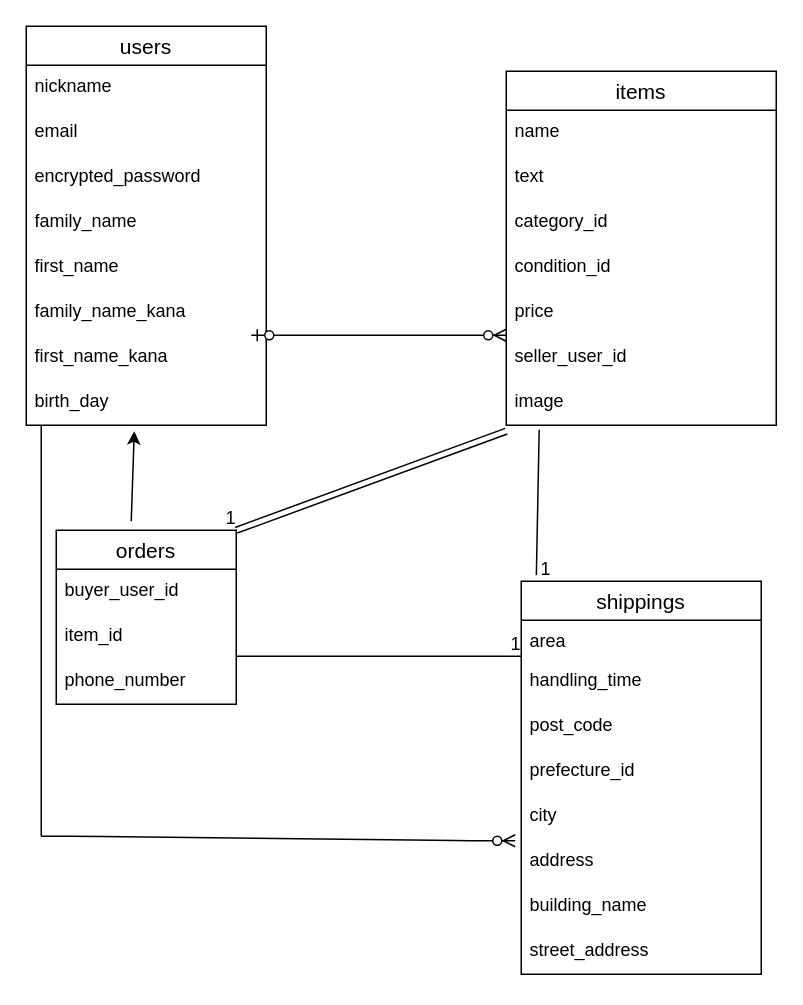
Earlier version of the draw.io diagram furima.dio (aryu-shan/furima-39943). Source tidied: cells renumbered, new cells numbered last; positions are measured from the earlier drawing's top-left corner, leaving out a move shared by most shapes. Both pictures are drawn from the tidied source at 150%, with x=0, y=0 at pixel (26, 26).
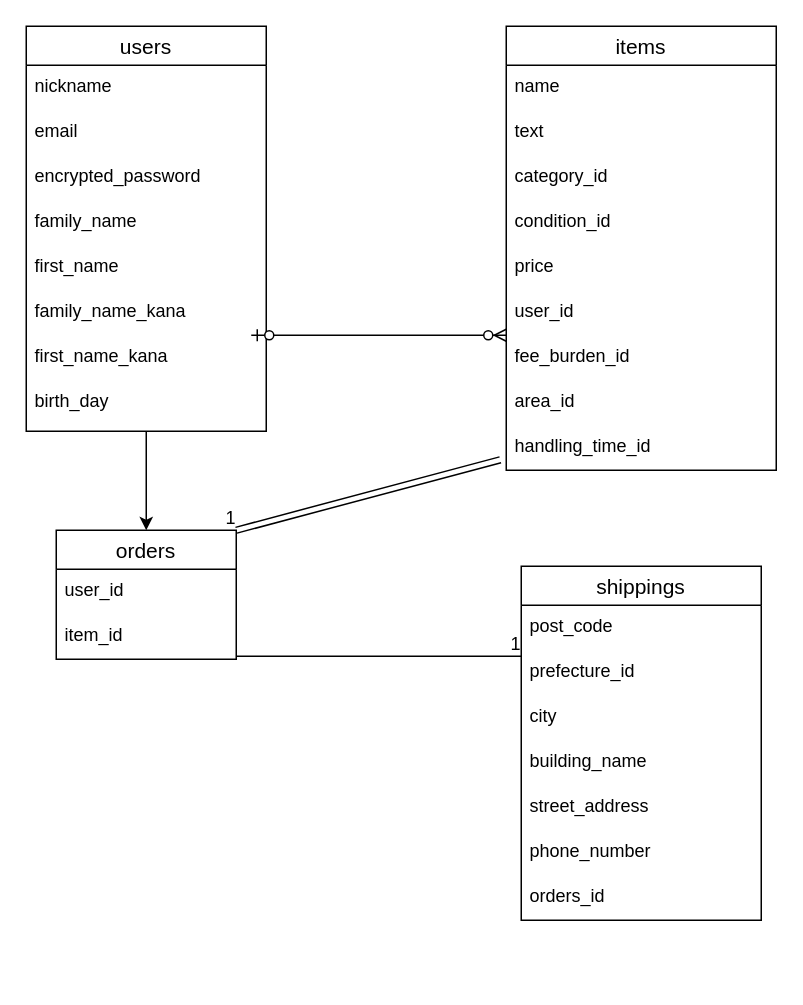
Above is the later version.

Commit message (it also covers changes not shown here):
データベース設計(2回目修正)

The edit, as a diff of the source:
```diff
@@
+    <mxCell id="42" style="edgeStyle=none;html=1;entryX=0.5;entryY=0;entryDx=0;entryDy=0;" parent="1" edge="1" source="2" target="29">
+      <mxGeometry relative="1" as="geometry" />
+    </mxCell>
     <mxCell id="2" value="users" style="swimlane;fontStyle=0;horizontal=1;startSize=26;align=center;fontSize=14;" parent="1" vertex="1">
-      <mxGeometry width="160" height="266" as="geometry" />
+      <mxGeometry width="160" height="270" as="geometry" />
     </mxCell>
@@
     <mxCell id="10" value="birth_day" style="text;strokeColor=none;fillColor=none;spacingLeft=4;spacingRight=4;overflow=hidden;points=[[0,0.5],[1,0.5]];portConstraint=eastwest;fontSize=12;" parent="2" vertex="1">
-      <mxGeometry y="236" width="160" height="30" as="geometry" />
+      <mxGeometry y="236" width="160" height="34" as="geometry" />
     </mxCell>
     <mxCell id="11" value="items" style="swimlane;fontStyle=0;horizontal=1;startSize=26;align=center;fontSize=14;" parent="1" vertex="1">
-      <mxGeometry x="320" y="30" width="180" height="236" as="geometry" />
+      <mxGeometry x="320" width="180" height="296" as="geometry" />
     </mxCell>
@@
-    <mxCell id="17" value="seller_user_id" style="text;strokeColor=none;fillColor=none;spacingLeft=4;spacingRight=4;overflow=hidden;fontSize=12;" parent="11" vertex="1">
-      <mxGeometry y="176" width="180" height="30" as="geometry" />
-    </mxCell>
+    <mxCell id="43" value="user_id" style="text;strokeColor=none;fillColor=none;spacingLeft=4;spacingRight=4;overflow=hidden;fontSize=12;" parent="11" vertex="1">
+      <mxGeometry y="176" width="180" height="30" as="geometry" />
+    </mxCell>
+    <mxCell id="44" value="fee_burden_id" style="text;strokeColor=none;fillColor=none;spacingLeft=4;spacingRight=4;overflow=hidden;fontSize=12;" parent="11" vertex="1">
+      <mxGeometry y="206" width="180" height="30" as="geometry" />
+    </mxCell>
+    <mxCell id="45" value="area_id" style="text;strokeColor=none;fillColor=none;spacingLeft=4;spacingRight=4;overflow=hidden;fontSize=12;" parent="11" vertex="1">
+      <mxGeometry y="236" width="180" height="30" as="geometry" />
+    </mxCell>
-    <mxCell id="18" value="image" style="text;strokeColor=none;fillColor=none;spacingLeft=4;spacingRight=4;overflow=hidden;points=[[0,0.5],[1,0.5]];portConstraint=eastwest;fontSize=12;" parent="11" vertex="1">
-      <mxGeometry y="206" width="180" height="30" as="geometry" />
+    <mxCell id="18" value="handling_time_id" style="text;strokeColor=none;fillColor=none;spacingLeft=4;spacingRight=4;overflow=hidden;points=[[0,0.5],[1,0.5]];portConstraint=eastwest;fontSize=12;" parent="11" vertex="1">
+      <mxGeometry y="266" width="180" height="30" as="geometry" />
     </mxCell>
     <mxCell id="19" value="shippings" style="swimlane;fontStyle=0;horizontal=1;startSize=26;align=center;fontSize=14;" parent="1" vertex="1">
-      <mxGeometry x="330" y="370" width="160" height="262" as="geometry" />
+      <mxGeometry x="330" y="360" width="160" height="236" as="geometry" />
     </mxCell>
-    <mxCell id="20" value="area" style="text;strokeColor=none;fillColor=none;spacingLeft=4;spacingRight=4;overflow=hidden;fontSize=12;" parent="19" vertex="1">
-      <mxGeometry y="26" width="160" height="26" as="geometry" />
-    </mxCell>
-    <mxCell id="21" value="handling_time" style="text;strokeColor=none;fillColor=none;spacingLeft=4;spacingRight=4;overflow=hidden;fontSize=12;" parent="19" vertex="1">
-      <mxGeometry y="52" width="160" height="30" as="geometry" />
-    </mxCell>
     <mxCell id="22" value="post_code" style="text;strokeColor=none;fillColor=none;spacingLeft=4;spacingRight=4;overflow=hidden;fontSize=12;" parent="19" vertex="1">
-      <mxGeometry y="82" width="160" height="30" as="geometry" />
+      <mxGeometry y="26" width="160" height="30" as="geometry" />
     </mxCell>
     <mxCell id="23" value="prefecture_id" style="text;strokeColor=none;fillColor=none;spacingLeft=4;spacingRight=4;overflow=hidden;fontSize=12;" parent="19" vertex="1">
-      <mxGeometry y="112" width="160" height="30" as="geometry" />
+      <mxGeometry y="56" width="160" height="30" as="geometry" />
     </mxCell>
     <mxCell id="24" value="city" style="text;strokeColor=none;fillColor=none;spacingLeft=4;spacingRight=4;overflow=hidden;points=[[0,0.5],[1,0.5]];portConstraint=eastwest;fontSize=12;" parent="19" vertex="1">
-      <mxGeometry y="142" width="160" height="30" as="geometry" />
+      <mxGeometry y="86" width="160" height="30" as="geometry" />
     </mxCell>
-    <mxCell id="25" value="address" style="text;strokeColor=none;fillColor=none;spacingLeft=4;spacingRight=4;overflow=hidden;fontSize=12;" parent="19" vertex="1">
-      <mxGeometry y="172" width="160" height="30" as="geometry" />
-    </mxCell>
     <mxCell id="26" value="building_name" style="text;strokeColor=none;fillColor=none;spacingLeft=4;spacingRight=4;overflow=hidden;fontSize=12;" parent="19" vertex="1">
-      <mxGeometry y="202" width="160" height="30" as="geometry" />
+      <mxGeometry y="116" width="160" height="30" as="geometry" />
     </mxCell>
     <mxCell id="27" value="street_address" style="text;strokeColor=none;fillColor=none;spacingLeft=4;spacingRight=4;overflow=hidden;fontSize=12;" parent="19" vertex="1">
-      <mxGeometry y="232" width="160" height="30" as="geometry" />
+      <mxGeometry y="146" width="160" height="30" as="geometry" />
     </mxCell>
-    <mxCell id="28" style="edgeStyle=none;html=1;entryX=0.45;entryY=1.133;entryDx=0;entryDy=0;entryPerimeter=0;" parent="1" edge="1" target="10">
-      <mxGeometry relative="1" as="geometry">
-        <mxPoint x="70" y="330" as="sourcePoint" />
-      </mxGeometry>
-    </mxCell>
+    <mxCell id="32" value="phone_number" style="text;strokeColor=none;fillColor=none;spacingLeft=4;spacingRight=4;overflow=hidden;fontSize=12;" parent="19" vertex="1">
+      <mxGeometry y="176" width="160" height="30" as="geometry" />
+    </mxCell>
+    <mxCell id="25" value="orders_id " style="text;strokeColor=none;fillColor=none;spacingLeft=4;spacingRight=4;overflow=hidden;fontSize=12;" parent="19" vertex="1">
+      <mxGeometry y="206" width="160" height="30" as="geometry" />
+    </mxCell>
     <mxCell id="29" value="orders" style="swimlane;fontStyle=0;horizontal=1;startSize=26;align=center;fontSize=14;" parent="1" vertex="1">
-      <mxGeometry x="20" y="336" width="120" height="116" as="geometry" />
+      <mxGeometry x="20" y="336" width="120" height="86" as="geometry" />
     </mxCell>
-    <mxCell id="30" value="buyer_user_id" style="text;strokeColor=none;fillColor=none;spacingLeft=4;spacingRight=4;overflow=hidden;fontSize=12;" parent="29" vertex="1">
+    <mxCell id="30" value="user_id" style="text;strokeColor=none;fillColor=none;spacingLeft=4;spacingRight=4;overflow=hidden;fontSize=12;" parent="29" vertex="1">
       <mxGeometry y="26" width="120" height="30" as="geometry" />
     </mxCell>
@@
-    <mxCell id="32" value="phone_number" style="text;strokeColor=none;fillColor=none;spacingLeft=4;spacingRight=4;overflow=hidden;fontSize=12;" parent="29" vertex="1">
-      <mxGeometry y="86" width="120" height="30" as="geometry" />
-    </mxCell>
-    <mxCell id="33" style="shape=link;html=1;rounded=0;exitX=0;exitY=1.133;exitDx=0;exitDy=0;exitPerimeter=0;entryX=1;entryY=0;entryDx=0;entryDy=0;" parent="1" edge="1" source="18" target="29">
+    <mxCell id="33" style="shape=link;html=1;rounded=0;exitX=-0.022;exitY=0.767;exitDx=0;exitDy=0;exitPerimeter=0;entryX=1;entryY=0;entryDx=0;entryDy=0;" parent="1" edge="1" source="18" target="29">
       <mxGeometry relative="1" as="geometry" />
     </mxCell>
@@
-    <mxCell id="38" style="endArrow=none;html=1;rounded=0;" parent="1" edge="1">
-      <mxGeometry relative="1" as="geometry">
-        <mxPoint x="10" y="266" as="sourcePoint" />
-        <mxPoint x="10" y="540" as="targetPoint" />
-      </mxGeometry>
-    </mxCell>
-    <mxCell id="39" style="edgeStyle=entityRelationEdgeStyle;fontSize=12;html=1;endArrow=ERzeroToMany;endFill=1;entryX=-0.025;entryY=1.033;entryDx=0;entryDy=0;entryPerimeter=0;" parent="1" edge="1" target="24">
-      <mxGeometry relative="1" as="geometry">
-        <mxPoint x="10" y="540" as="sourcePoint" />
-      </mxGeometry>
-    </mxCell>
-    <mxCell id="40" style="endArrow=none;html=1;rounded=0;exitX=0.122;exitY=1.1;exitDx=0;exitDy=0;exitPerimeter=0;entryX=0.063;entryY=-0.015;entryDx=0;entryDy=0;entryPerimeter=0;" parent="1" edge="1" source="18" target="19">
-      <mxGeometry relative="1" as="geometry" />
-    </mxCell>
-    <mxCell id="41" value="1" style="html=1;align=right;verticalAlign=bottom;" parent="40" vertex="1">
-      <mxGeometry x="1" relative="1" as="geometry">
-        <mxPoint x="10" y="4" as="offset" />
-      </mxGeometry>
-    </mxCell>
```
